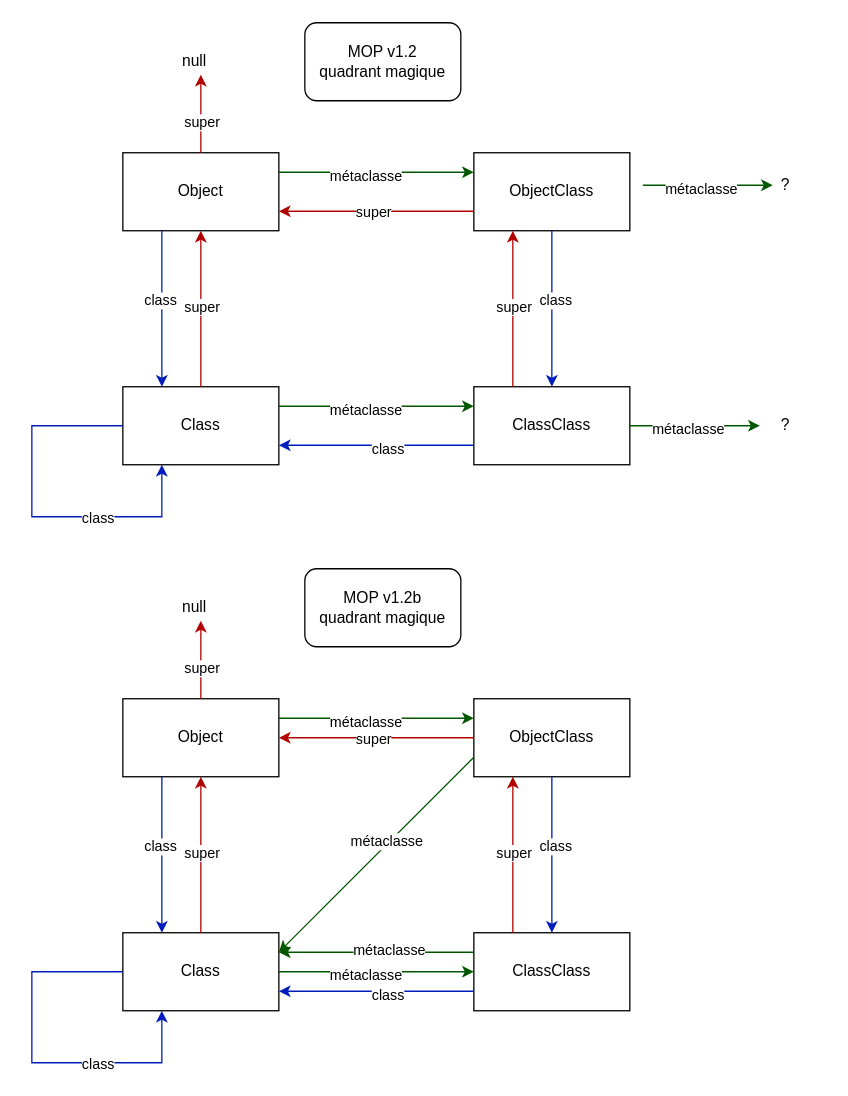
The draw.io diagram docs/quadrant-magique-mop1.2.drawio in Dworkin92/miniTalk, before the edit. Source tidied: cells renumbered, new cells numbered last; positions are measured from the earlier drawing's top-left corner, leaving out a move shared by most shapes. Both pictures are drawn from the tidied source at 130%, with x=0, y=0 at pixel (31, 22).
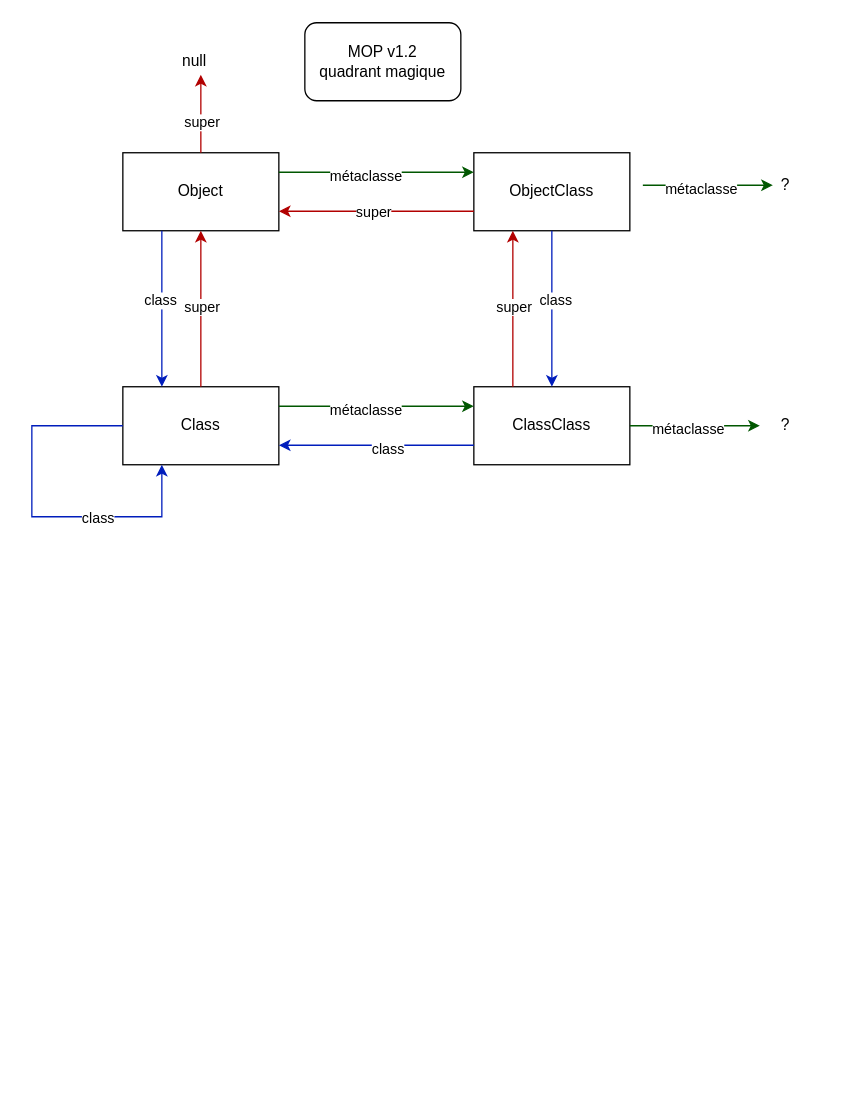
The same page after the edit.

The edit, as a diff of the source:
```diff
@@
-    <mxCell id="34" value="Object" style="rounded=0;whiteSpace=wrap;html=1;" parent="1" vertex="1">
-      <mxGeometry x="70" y="520" width="120" height="60" as="geometry" />
-    </mxCell>
-    <mxCell id="35" value="Class" style="rounded=0;whiteSpace=wrap;html=1;" parent="1" vertex="1">
-      <mxGeometry x="70" y="700" width="120" height="60" as="geometry" />
-    </mxCell>
-    <mxCell id="36" value="ClassClass" style="rounded=0;whiteSpace=wrap;html=1;" parent="1" vertex="1">
-      <mxGeometry x="340" y="700" width="120" height="60" as="geometry" />
-    </mxCell>
-    <mxCell id="37" value="ObjectClass" style="rounded=0;whiteSpace=wrap;html=1;" parent="1" vertex="1">
-      <mxGeometry x="340" y="520" width="120" height="60" as="geometry" />
-    </mxCell>
-    <mxCell id="38" style="endArrow=classic;html=1;rounded=0;fillColor=#0050ef;strokeColor=#001DBC;exitX=0.25;exitY=1;exitDx=0;exitDy=0;entryX=0.25;entryY=0;entryDx=0;entryDy=0;" parent="1" edge="1" source="34" target="35">
-      <mxGeometry relative="1" as="geometry" />
-    </mxCell>
-    <mxCell id="39" value="class" style="edgeLabel;html=1;align=center;verticalAlign=middle;" parent="38" vertex="1">
-      <mxGeometry x="-0.12" y="-2" relative="1" as="geometry" />
-    </mxCell>
-    <mxCell id="40" style="endArrow=classic;html=1;rounded=0;fillColor=#0050ef;strokeColor=#001DBC;exitX=0;exitY=0.5;exitDx=0;exitDy=0;entryX=0.25;entryY=1;entryDx=0;entryDy=0;edgeStyle=orthogonalEdgeStyle;innerLoopWaypoints=1;" parent="1" edge="1" source="35" target="35">
-      <mxGeometry relative="1" as="geometry">
-        <Array as="points">
-          <mxPoint y="730" />
-          <mxPoint y="800" />
-          <mxPoint x="100" y="800" />
-        </Array>
-      </mxGeometry>
-    </mxCell>
-    <mxCell id="41" value="class" style="edgeLabel;html=1;align=center;verticalAlign=middle;" parent="40" vertex="1">
-      <mxGeometry x="-0.11" y="3" relative="1" as="geometry">
-        <mxPoint x="47" y="15" as="offset" />
-      </mxGeometry>
-    </mxCell>
-    <mxCell id="42" style="endArrow=classic;html=1;rounded=0;fillColor=#0050ef;strokeColor=#001DBC;exitX=0.5;exitY=1;exitDx=0;exitDy=0;entryX=0.5;entryY=0;entryDx=0;entryDy=0;" parent="1" edge="1" source="37" target="36">
-      <mxGeometry relative="1" as="geometry" />
-    </mxCell>
-    <mxCell id="43" value="class" style="edgeLabel;html=1;align=center;verticalAlign=middle;" parent="42" vertex="1">
-      <mxGeometry x="-0.11" y="2" relative="1" as="geometry" />
-    </mxCell>
-    <mxCell id="44" value="MOP v1.2b&lt;br&gt;quadrant magique" style="rounded=1;whiteSpace=wrap;html=1;" parent="1" vertex="1">
-      <mxGeometry x="210" y="420" width="120" height="60" as="geometry" />
-    </mxCell>
-    <mxCell id="45" style="endArrow=classic;html=1;rounded=0;fillColor=#e51400;strokeColor=light-dark(#B20000,#DF091B);" parent="1" edge="1" source="34">
-      <mxGeometry relative="1" as="geometry">
-        <mxPoint x="130" y="460" as="targetPoint" />
-      </mxGeometry>
-    </mxCell>
-    <mxCell id="46" value="super" style="edgeLabel;html=1;align=center;verticalAlign=middle;" parent="45" vertex="1">
-      <mxGeometry x="-0.21" relative="1" as="geometry" />
-    </mxCell>
-    <mxCell id="47" value="null" style="text;strokeColor=none;fillColor=none;align=left;verticalAlign=middle;spacingLeft=4;spacingRight=4;overflow=hidden;whiteSpace=wrap;html=1;" parent="1" vertex="1">
-      <mxGeometry x="110" y="435" width="40" height="30" as="geometry" />
-    </mxCell>
-    <mxCell id="48" style="endArrow=classic;html=1;rounded=0;fillColor=#e51400;strokeColor=light-dark(#B20000,#DF091B);exitX=0.5;exitY=0;exitDx=0;exitDy=0;entryX=0.5;entryY=1;entryDx=0;entryDy=0;" parent="1" edge="1" source="35" target="34">
-      <mxGeometry relative="1" as="geometry" />
-    </mxCell>
-    <mxCell id="49" value="super" style="edgeLabel;html=1;align=center;verticalAlign=middle;" parent="48" vertex="1">
-      <mxGeometry x="0.04" relative="1" as="geometry" />
-    </mxCell>
-    <mxCell id="50" style="endArrow=classic;html=1;rounded=0;fillColor=#e51400;strokeColor=light-dark(#B20000,#DF091B);exitX=0;exitY=0.5;exitDx=0;exitDy=0;entryX=1;entryY=0.5;entryDx=0;entryDy=0;" parent="1" edge="1" source="37" target="34">
-      <mxGeometry relative="1" as="geometry" />
-    </mxCell>
-    <mxCell id="51" value="super" style="edgeLabel;html=1;align=center;verticalAlign=middle;" parent="50" vertex="1">
-      <mxGeometry x="0.04" relative="1" as="geometry" />
-    </mxCell>
-    <mxCell id="52" style="endArrow=classic;html=1;rounded=0;fillColor=#e51400;strokeColor=light-dark(#B20000,#DF091B);exitX=0.25;exitY=0;exitDx=0;exitDy=0;entryX=0.25;entryY=1;entryDx=0;entryDy=0;" parent="1" edge="1" source="36" target="37">
-      <mxGeometry relative="1" as="geometry" />
-    </mxCell>
-    <mxCell id="53" value="super" style="edgeLabel;html=1;align=center;verticalAlign=middle;" parent="52" vertex="1">
-      <mxGeometry x="0.04" relative="1" as="geometry" />
-    </mxCell>
-    <mxCell id="54" style="endArrow=classic;html=1;rounded=0;fillColor=#008a00;strokeColor=#005700;exitX=1;exitY=0.25;exitDx=0;exitDy=0;entryX=0;entryY=0.25;entryDx=0;entryDy=0;" parent="1" edge="1" source="34" target="37">
-      <mxGeometry relative="1" as="geometry" />
-    </mxCell>
-    <mxCell id="55" value="métaclasse" style="edgeLabel;html=1;align=center;verticalAlign=middle;" parent="54" vertex="1">
-      <mxGeometry x="-0.12" y="-2" relative="1" as="geometry" />
-    </mxCell>
-    <mxCell id="56" style="endArrow=classic;html=1;rounded=0;fillColor=#008a00;strokeColor=#005700;exitX=1;exitY=0.5;exitDx=0;exitDy=0;entryX=0;entryY=0.5;entryDx=0;entryDy=0;" parent="1" edge="1" source="35" target="36">
-      <mxGeometry relative="1" as="geometry" />
-    </mxCell>
-    <mxCell id="57" value="métaclasse" style="edgeLabel;html=1;align=center;verticalAlign=middle;" parent="56" vertex="1">
-      <mxGeometry x="-0.12" y="-2" relative="1" as="geometry" />
-    </mxCell>
-    <mxCell id="58" style="endArrow=classic;html=1;rounded=0;fillColor=#008a00;strokeColor=#005700;exitX=0;exitY=0.25;exitDx=0;exitDy=0;entryX=1;entryY=0.25;entryDx=0;entryDy=0;" parent="1" edge="1" source="36" target="35">
-      <mxGeometry relative="1" as="geometry" />
-    </mxCell>
-    <mxCell id="59" value="métaclasse" style="edgeLabel;html=1;align=center;verticalAlign=middle;" parent="58" vertex="1">
-      <mxGeometry x="-0.12" y="-2" relative="1" as="geometry" />
-    </mxCell>
-    <mxCell id="60" style="endArrow=classic;html=1;rounded=0;fillColor=#0050ef;strokeColor=#001DBC;exitX=0;exitY=0.75;exitDx=0;exitDy=0;entryX=1;entryY=0.75;entryDx=0;entryDy=0;" parent="1" edge="1" source="36" target="35">
-      <mxGeometry relative="1" as="geometry" />
-    </mxCell>
-    <mxCell id="61" value="class" style="edgeLabel;html=1;align=center;verticalAlign=middle;" parent="60" vertex="1">
-      <mxGeometry x="-0.11" y="2" relative="1" as="geometry" />
-    </mxCell>
-    <mxCell id="62" style="endArrow=classic;html=1;rounded=0;fillColor=#008a00;strokeColor=#005700;entryX=1;entryY=0.25;entryDx=0;entryDy=0;exitX=0;exitY=0.75;exitDx=0;exitDy=0;" parent="1" edge="1" source="37" target="35">
-      <mxGeometry relative="1" as="geometry" />
-    </mxCell>
-    <mxCell id="63" value="métaclasse" style="edgeLabel;html=1;align=center;verticalAlign=middle;" parent="62" vertex="1">
-      <mxGeometry x="-0.12" y="-2" relative="1" as="geometry" />
-    </mxCell>
```
